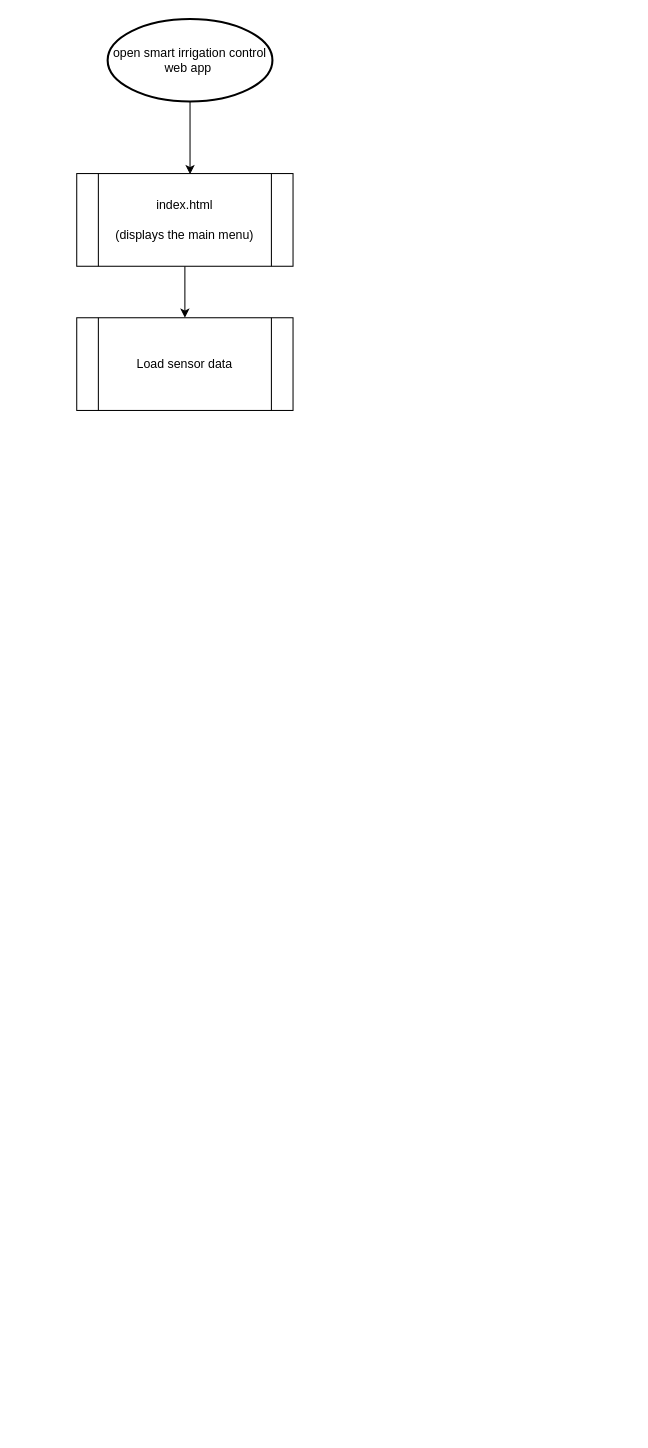
Earlier version of the draw.io diagram Untitled Diagram.drawio (AustraIian/AustraIian). Source tidied: cells renumbered, new cells numbered last; positions are measured from the earlier drawing's top-left corner, leaving out a move shared by most shapes. Both pictures are drawn from the tidied source at 103%, with x=0, y=0 at pixel (76, 19).
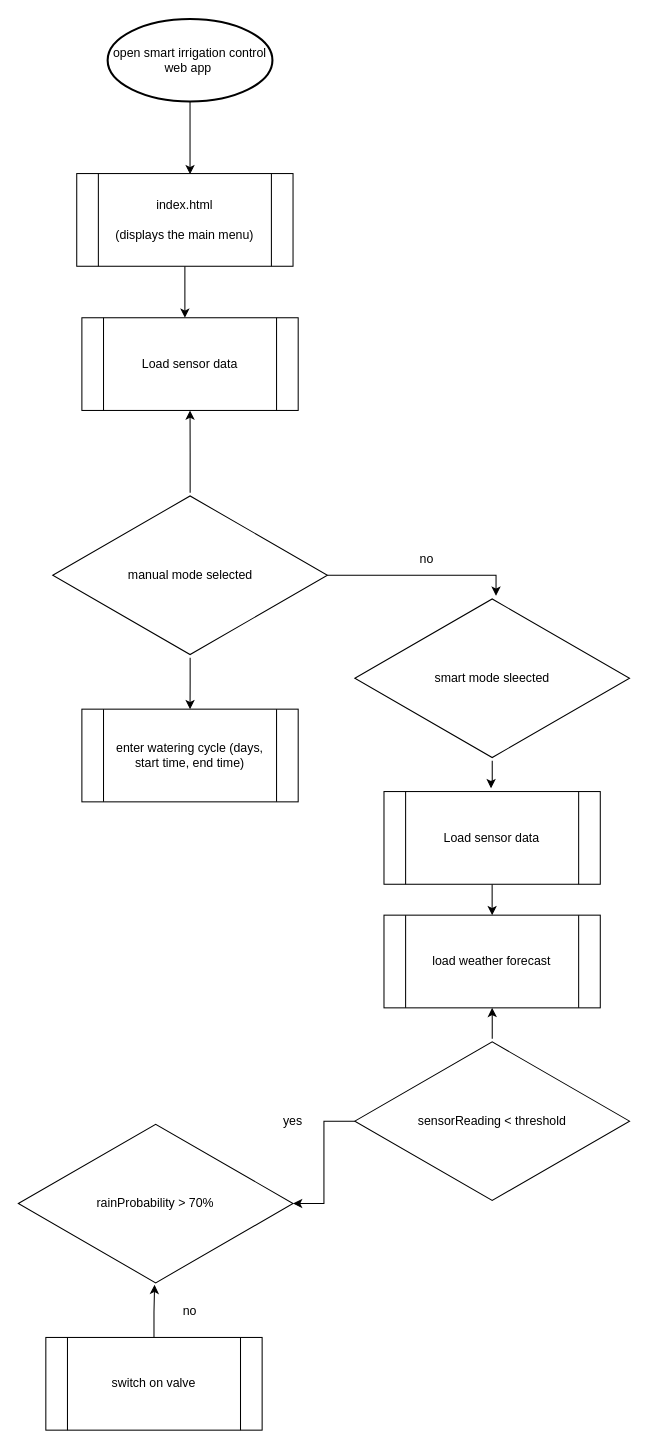
Above is the later version.

The edit, as a diff of the source:
```diff
@@
     <mxCell id="6" value="Load sensor data" style="shape=process;whiteSpace=wrap;html=1;backgroundOutline=1;" parent="1" vertex="1">
-      <mxGeometry y="290" width="210" height="90" as="geometry" />
+      <mxGeometry x="5" y="290" width="210" height="90" as="geometry" />
     </mxCell>
+    <mxCell id="7" style="edgeStyle=orthogonalEdgeStyle;rounded=0;jettySize=auto;html=1;entryX=0.5;entryY=0;entryDx=0;entryDy=0;" parent="1" edge="1" source="8" target="10">
+      <mxGeometry relative="1" as="geometry" />
+    </mxCell>
+    <mxCell id="8" value="manual mode selected" style="html=1;whiteSpace=wrap;shape=isoRectangle;" parent="1" vertex="1">
+      <mxGeometry x="-23.3" y="460" width="266.7" height="160" as="geometry" />
+    </mxCell>
+    <mxCell id="9" value="smart mode sleected" style="html=1;whiteSpace=wrap;shape=isoRectangle;" parent="1" vertex="1">
+      <mxGeometry x="270" y="560" width="266.7" height="160" as="geometry" />
+    </mxCell>
+    <mxCell id="10" value="enter watering cycle (days, start time, end time)" style="shape=process;whiteSpace=wrap;html=1;backgroundOutline=1;" parent="1" vertex="1">
+      <mxGeometry x="5" y="670" width="210" height="90" as="geometry" />
+    </mxCell>
+    <mxCell id="11" style="edgeStyle=orthogonalEdgeStyle;rounded=0;jettySize=auto;html=1;" parent="1" edge="1" source="8">
+      <mxGeometry relative="1" as="geometry">
+        <mxPoint x="110" y="380" as="targetPoint" />
+      </mxGeometry>
+    </mxCell>
+    <mxCell id="12" style="edgeStyle=orthogonalEdgeStyle;rounded=0;jettySize=auto;html=1;entryX=0.514;entryY=0;entryDx=0;entryDy=0;entryPerimeter=0;" parent="1" edge="1" source="8" target="9">
+      <mxGeometry relative="1" as="geometry" />
+    </mxCell>
+    <mxCell id="13" value="no" style="text;strokeColor=none;align=center;fillColor=none;html=1;verticalAlign=middle;whiteSpace=wrap;rounded=0;" parent="1" vertex="1">
+      <mxGeometry x="310" y="510" width="60" height="30" as="geometry" />
+    </mxCell>
+    <mxCell id="14" style="edgeStyle=orthogonalEdgeStyle;rounded=0;jettySize=auto;html=1;entryX=0.5;entryY=0;entryDx=0;entryDy=0;" parent="1" edge="1" source="15" target="16">
+      <mxGeometry relative="1" as="geometry" />
+    </mxCell>
+    <mxCell id="15" value="Load sensor data" style="shape=process;whiteSpace=wrap;html=1;backgroundOutline=1;" parent="1" vertex="1">
+      <mxGeometry x="298.3" y="750" width="210" height="90" as="geometry" />
+    </mxCell>
+    <mxCell id="16" value="load weather forecast" style="shape=process;whiteSpace=wrap;html=1;backgroundOutline=1;" parent="1" vertex="1">
+      <mxGeometry x="298.3" y="870" width="210" height="90" as="geometry" />
+    </mxCell>
+    <mxCell id="17" style="edgeStyle=orthogonalEdgeStyle;rounded=0;jettySize=auto;html=1;entryX=0.495;entryY=-0.035;entryDx=0;entryDy=0;entryPerimeter=0;" parent="1" edge="1" source="9" target="15">
+      <mxGeometry relative="1" as="geometry" />
+    </mxCell>
+    <mxCell id="18" style="edgeStyle=orthogonalEdgeStyle;rounded=0;jettySize=auto;html=1;" parent="1" edge="1" source="20" target="16">
+      <mxGeometry relative="1" as="geometry" />
+    </mxCell>
+    <mxCell id="19" style="edgeStyle=orthogonalEdgeStyle;rounded=0;jettySize=auto;html=1;" parent="1" edge="1" source="20" target="22">
+      <mxGeometry relative="1" as="geometry" />
+    </mxCell>
+    <mxCell id="20" value="sensorReading &amp;lt; threshold" style="html=1;whiteSpace=wrap;shape=isoRectangle;" parent="1" vertex="1">
+      <mxGeometry x="270" y="990" width="266.7" height="160" as="geometry" />
+    </mxCell>
+    <mxCell id="21" value="switch on valve" style="shape=process;whiteSpace=wrap;html=1;backgroundOutline=1;" parent="1" vertex="1">
+      <mxGeometry x="-30" y="1280" width="210" height="90" as="geometry" />
+    </mxCell>
+    <mxCell id="22" value="rainProbability &amp;gt; 70%" style="html=1;whiteSpace=wrap;shape=isoRectangle;" parent="1" vertex="1">
+      <mxGeometry x="-56.7" y="1070" width="266.7" height="160" as="geometry" />
+    </mxCell>
+    <mxCell id="23" value="yes" style="text;strokeColor=none;align=center;fillColor=none;html=1;verticalAlign=middle;whiteSpace=wrap;rounded=0;" parent="1" vertex="1">
+      <mxGeometry x="180" y="1055" width="60" height="30" as="geometry" />
+    </mxCell>
+    <mxCell id="24" style="edgeStyle=orthogonalEdgeStyle;rounded=0;jettySize=auto;html=1;entryX=0.496;entryY=0.993;entryDx=0;entryDy=0;entryPerimeter=0;" parent="1" edge="1" source="21" target="22">
+      <mxGeometry relative="1" as="geometry" />
+    </mxCell>
+    <mxCell id="25" value="no" style="text;strokeColor=none;align=center;fillColor=none;html=1;verticalAlign=middle;whiteSpace=wrap;rounded=0;" parent="1" vertex="1">
+      <mxGeometry x="80" y="1240" width="60" height="30" as="geometry" />
+    </mxCell>
```
